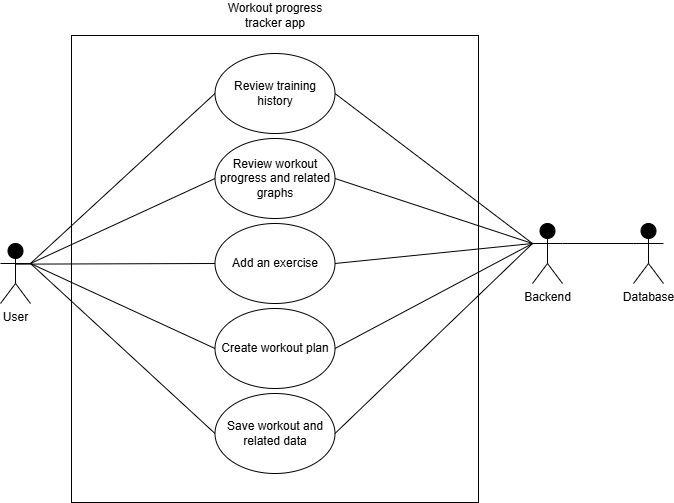
Earlier version of the draw.io export diagrams_documents/workout_usecase.png (Zabuelis/LiftingPal). Source tidied: cells renumbered, new cells last; positions are measured from the earlier drawing's top-left corner, leaving out a move shared by most shapes.
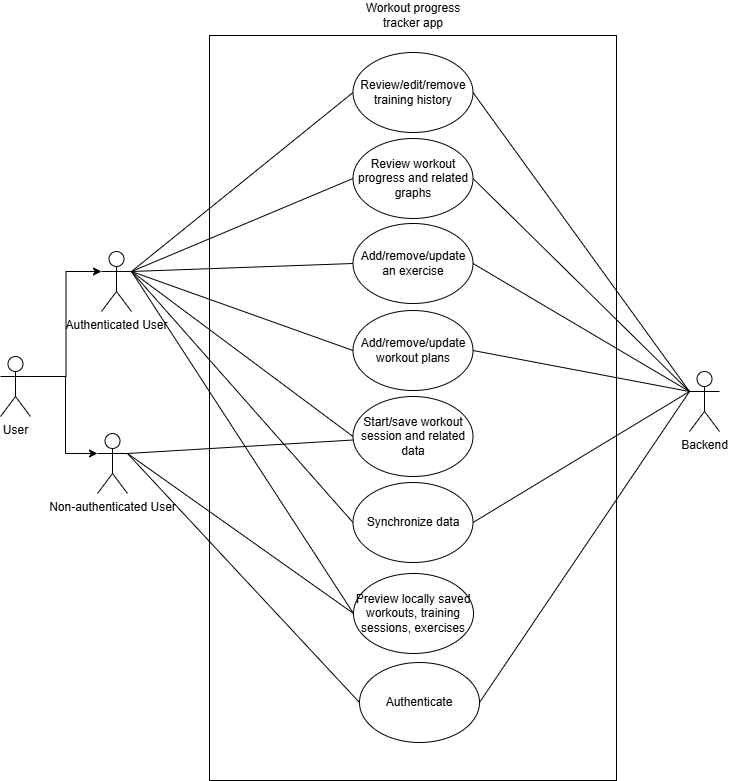
The same file after the commit.

The edit, as a diff of the source:
```diff
@@ -2,54 +2,33 @@
   <root>
     <mxCell id="0" />
     <mxCell id="1" parent="0" />
-    <mxCell id="2" style="rounded=0;jettySize=auto;html=1;exitX=1;exitY=0.3333333333333333;exitDx=0;exitDy=0;exitPerimeter=0;entryX=0;entryY=0.3333333333333333;entryDx=0;entryDy=0;entryPerimeter=0;endArrow=none;endFill=0;" parent="1" edge="1" source="3" target="4">
-      <mxGeometry relative="1" as="geometry" />
-    </mxCell>
-    <mxCell id="3" value="Backend" style="shape=umlActor;verticalLabelPosition=bottom;verticalAlign=top;html=1;fillColor=light-dark(#000000,#000000);strokeColor=light-dark(#000000,#000000);fontColor=light-dark(#000000,#000000);" parent="1" vertex="1">
-      <mxGeometry x="532" y="223" width="30" height="60" as="geometry" />
+    <mxCell id="3" value="Backend" style="shape=umlActor;verticalLabelPosition=bottom;verticalAlign=top;html=1;fillColor=light-dark(#FFFFFF,#FFFFFF);strokeColor=light-dark(#000000,#000000);fontColor=light-dark(#000000,#000000);" parent="1" vertex="1">
+      <mxGeometry x="631" y="382" width="30" height="60" as="geometry" />
     </mxCell>
-    <mxCell id="4" value="Database" style="shape=umlActor;verticalLabelPosition=bottom;verticalAlign=top;html=1;fillColor=light-dark(#000000,#000000);strokeColor=light-dark(#000000,#000000);fontColor=light-dark(#000000,#000000);" parent="1" vertex="1">
-      <mxGeometry x="633" y="223" width="30" height="60" as="geometry" />
-    </mxCell>
     <mxCell id="5" style="rounded=0;whiteSpace=wrap;html=1;fillColor=light-dark(#FFFFFF,#FFFFFF);strokeColor=light-dark(#000000,#000000);" parent="1" vertex="1">
-      <mxGeometry x="71" y="35" width="407" height="467" as="geometry" />
+      <mxGeometry x="151" y="46" width="407" height="745" as="geometry" />
     </mxCell>
     <mxCell id="6" value="Workout progress tracker app" style="text;html=1;whiteSpace=wrap;strokeColor=none;fillColor=none;align=center;verticalAlign=middle;rounded=0;fontColor=light-dark(#000000,#000000);" parent="1" vertex="1">
-      <mxGeometry x="211.5" width="126" height="30" as="geometry" />
+      <mxGeometry x="291.5" y="11" width="126" height="30" as="geometry" />
     </mxCell>
-    <mxCell id="7" value="Review training history" style="ellipse;whiteSpace=wrap;html=1;" parent="1" vertex="1">
-      <mxGeometry x="214.5" y="53" width="120" height="80" as="geometry" />
+    <mxCell id="7" value="Review/edit/remove training history" style="ellipse;whiteSpace=wrap;html=1;" parent="1" vertex="1">
+      <mxGeometry x="294.5" y="63" width="120" height="80" as="geometry" />
     </mxCell>
     <mxCell id="8" value="Review workout progress and related graphs" style="ellipse;whiteSpace=wrap;html=1;" parent="1" vertex="1">
-      <mxGeometry x="214.5" y="138" width="120" height="80" as="geometry" />
+      <mxGeometry x="294.5" y="149" width="120" height="80" as="geometry" />
     </mxCell>
-    <mxCell id="9" value="Add an exercise" style="ellipse;whiteSpace=wrap;html=1;" parent="1" vertex="1">
-      <mxGeometry x="214.5" y="223" width="120" height="80" as="geometry" />
+    <mxCell id="9" value="Add/remove/update an exercise" style="ellipse;whiteSpace=wrap;html=1;" parent="1" vertex="1">
+      <mxGeometry x="294.5" y="234" width="120" height="80" as="geometry" />
     </mxCell>
-    <mxCell id="10" value="Create workout plan" style="ellipse;whiteSpace=wrap;html=1;" parent="1" vertex="1">
-      <mxGeometry x="214.5" y="308" width="120" height="80" as="geometry" />
+    <mxCell id="10" value="Add/remove/update workout plans" style="ellipse;whiteSpace=wrap;html=1;" parent="1" vertex="1">
+      <mxGeometry x="294.5" y="321" width="120" height="80" as="geometry" />
     </mxCell>
-    <mxCell id="11" style="rounded=0;jettySize=auto;html=1;exitX=0;exitY=0.5;exitDx=0;exitDy=0;entryX=1;entryY=0.3333333333333333;entryDx=0;entryDy=0;entryPerimeter=0;endArrow=none;endFill=0;" parent="1" edge="1" source="12" target="13">
-      <mxGeometry relative="1" as="geometry" />
-    </mxCell>
-    <mxCell id="12" value="Save workout and related data" style="ellipse;whiteSpace=wrap;html=1;" parent="1" vertex="1">
-      <mxGeometry x="214.5" y="393" width="120" height="80" as="geometry" />
+    <mxCell id="12" value="Start/save workout session and related data" style="ellipse;whiteSpace=wrap;html=1;" parent="1" vertex="1">
+      <mxGeometry x="294.5" y="407" width="120" height="80" as="geometry" />
     </mxCell>
-    <mxCell id="13" value="User" style="shape=umlActor;verticalLabelPosition=bottom;verticalAlign=top;html=1;fillColor=light-dark(#000000,#000000);strokeColor=light-dark(#000000,#000000);fontColor=light-dark(#000000,#000000);" parent="1" vertex="1">
-      <mxGeometry y="243" width="30" height="60" as="geometry" />
+    <mxCell id="13" value="User" style="shape=umlActor;verticalLabelPosition=bottom;verticalAlign=top;html=1;fillColor=light-dark(#FFFFFF,#FFFFFF);strokeColor=light-dark(#000000,#000000);fontColor=light-dark(#000000,#000000);" parent="1" vertex="1">
+      <mxGeometry x="-58" y="367" width="30" height="60" as="geometry" />
     </mxCell>
-    <mxCell id="14" style="rounded=0;jettySize=auto;html=1;exitX=0;exitY=0.5;exitDx=0;exitDy=0;entryX=1;entryY=0.3333333333333333;entryDx=0;entryDy=0;entryPerimeter=0;endArrow=none;endFill=0;" parent="1" edge="1" source="7" target="13">
-      <mxGeometry relative="1" as="geometry" />
-    </mxCell>
-    <mxCell id="15" style="rounded=0;jettySize=auto;html=1;exitX=0;exitY=0.5;exitDx=0;exitDy=0;entryX=1;entryY=0.3333333333333333;entryDx=0;entryDy=0;entryPerimeter=0;endArrow=none;endFill=0;" parent="1" edge="1" source="8" target="13">
-      <mxGeometry relative="1" as="geometry" />
-    </mxCell>
-    <mxCell id="16" style="rounded=0;jettySize=auto;html=1;exitX=0;exitY=0.5;exitDx=0;exitDy=0;entryX=0.488;entryY=0.344;entryDx=0;entryDy=0;entryPerimeter=0;endArrow=none;endFill=0;" parent="1" edge="1" source="9" target="13">
-      <mxGeometry relative="1" as="geometry" />
-    </mxCell>
-    <mxCell id="17" style="rounded=0;jettySize=auto;html=1;exitX=0;exitY=0.5;exitDx=0;exitDy=0;entryX=1;entryY=0.3333333333333333;entryDx=0;entryDy=0;entryPerimeter=0;endArrow=none;endFill=0;" parent="1" edge="1" source="10" target="13">
-      <mxGeometry relative="1" as="geometry" />
-    </mxCell>
     <mxCell id="18" style="rounded=0;jettySize=auto;html=1;exitX=1;exitY=0.5;exitDx=0;exitDy=0;entryX=0;entryY=0.3333333333333333;entryDx=0;entryDy=0;entryPerimeter=0;endArrow=none;endFill=0;" parent="1" edge="1" source="7" target="3">
       <mxGeometry relative="1" as="geometry" />
     </mxCell>
@@ -62,8 +41,67 @@
     <mxCell id="21" style="rounded=0;jettySize=auto;html=1;exitX=1;exitY=0.5;exitDx=0;exitDy=0;entryX=0;entryY=0.3333333333333333;entryDx=0;entryDy=0;entryPerimeter=0;endArrow=none;endFill=0;" parent="1" edge="1" source="10" target="3">
       <mxGeometry relative="1" as="geometry" />
     </mxCell>
-    <mxCell id="22" style="rounded=0;jettySize=auto;html=1;exitX=1;exitY=0.5;exitDx=0;exitDy=0;entryX=0;entryY=0.3333333333333333;entryDx=0;entryDy=0;entryPerimeter=0;endArrow=none;endFill=0;" parent="1" edge="1" source="12" target="3">
+    <mxCell id="22" style="rounded=0;jettySize=auto;html=1;exitX=1;exitY=0.5;exitDx=0;exitDy=0;entryX=0;entryY=0.3333333333333333;entryDx=0;entryDy=0;entryPerimeter=0;endArrow=none;endFill=0;" parent="1" edge="1" source="37" target="3">
       <mxGeometry relative="1" as="geometry" />
     </mxCell>
+    <mxCell id="23" style="rounded=0;jettySize=auto;html=1;exitX=1;exitY=0.3333333333333333;exitDx=0;exitDy=0;exitPerimeter=0;entryX=0;entryY=0.5;entryDx=0;entryDy=0;endArrow=none;endFill=0;" parent="1" edge="1" source="30" target="7">
+      <mxGeometry relative="1" as="geometry" />
+    </mxCell>
+    <mxCell id="24" style="rounded=0;jettySize=auto;html=1;exitX=1;exitY=0.3333333333333333;exitDx=0;exitDy=0;exitPerimeter=0;entryX=0;entryY=0.5;entryDx=0;entryDy=0;endArrow=none;endFill=0;" parent="1" edge="1" source="30" target="8">
+      <mxGeometry relative="1" as="geometry" />
+    </mxCell>
+    <mxCell id="25" style="rounded=0;jettySize=auto;html=1;exitX=1;exitY=0.3333333333333333;exitDx=0;exitDy=0;exitPerimeter=0;entryX=0;entryY=0.5;entryDx=0;entryDy=0;endArrow=none;endFill=0;" parent="1" edge="1" source="30" target="9">
+      <mxGeometry relative="1" as="geometry" />
+    </mxCell>
+    <mxCell id="26" style="rounded=0;jettySize=auto;html=1;exitX=1;exitY=0.3333333333333333;exitDx=0;exitDy=0;exitPerimeter=0;entryX=0;entryY=0.5;entryDx=0;entryDy=0;endArrow=none;endFill=0;" parent="1" edge="1" source="30" target="10">
+      <mxGeometry relative="1" as="geometry" />
+    </mxCell>
+    <mxCell id="27" style="rounded=0;jettySize=auto;html=1;exitX=1;exitY=0.3333333333333333;exitDx=0;exitDy=0;exitPerimeter=0;entryX=0;entryY=0.5;entryDx=0;entryDy=0;endArrow=none;endFill=0;" parent="1" edge="1" source="30" target="12">
+      <mxGeometry relative="1" as="geometry" />
+    </mxCell>
+    <mxCell id="28" style="rounded=0;jettySize=auto;html=1;exitX=1;exitY=0.3333333333333333;exitDx=0;exitDy=0;exitPerimeter=0;entryX=0;entryY=0.5;entryDx=0;entryDy=0;endArrow=none;endFill=0;" parent="1" edge="1" source="30" target="38">
+      <mxGeometry relative="1" as="geometry" />
+    </mxCell>
+    <mxCell id="29" style="rounded=0;jettySize=auto;html=1;exitX=1;exitY=0.3333333333333333;exitDx=0;exitDy=0;exitPerimeter=0;entryX=0;entryY=0.5;entryDx=0;entryDy=0;endArrow=none;endFill=0;" parent="1" edge="1" source="30" target="37">
+      <mxGeometry relative="1" as="geometry" />
+    </mxCell>
+    <mxCell id="30" value="Authenticated User" style="shape=umlActor;verticalLabelPosition=bottom;verticalAlign=top;html=1;outlineConnect=0;" parent="1" vertex="1">
+      <mxGeometry x="43" y="262" width="30" height="60" as="geometry" />
+    </mxCell>
+    <mxCell id="31" style="rounded=0;jettySize=auto;html=1;exitX=1;exitY=0.3333333333333333;exitDx=0;exitDy=0;exitPerimeter=0;endArrow=none;endFill=0;" parent="1" edge="1" source="34" target="12">
+      <mxGeometry relative="1" as="geometry" />
+    </mxCell>
+    <mxCell id="32" style="rounded=0;jettySize=auto;html=1;exitX=1;exitY=0.3333333333333333;exitDx=0;exitDy=0;exitPerimeter=0;entryX=0;entryY=0.5;entryDx=0;entryDy=0;endArrow=none;endFill=0;" parent="1" edge="1" source="34" target="39">
+      <mxGeometry relative="1" as="geometry" />
+    </mxCell>
+    <mxCell id="33" style="rounded=0;jettySize=auto;html=1;exitX=1;exitY=0.3333333333333333;exitDx=0;exitDy=0;exitPerimeter=0;entryX=0;entryY=0.5;entryDx=0;entryDy=0;endArrow=none;endFill=0;" parent="1" edge="1" source="34" target="38">
+      <mxGeometry relative="1" as="geometry" />
+    </mxCell>
+    <mxCell id="34" value="Non-authenticated User" style="shape=umlActor;verticalLabelPosition=bottom;verticalAlign=top;html=1;outlineConnect=0;" parent="1" vertex="1">
+      <mxGeometry x="39" y="444" width="30" height="60" as="geometry" />
+    </mxCell>
+    <mxCell id="35" style="edgeStyle=orthogonalEdgeStyle;rounded=0;jettySize=auto;html=1;exitX=1;exitY=0.3333333333333333;exitDx=0;exitDy=0;exitPerimeter=0;entryX=0;entryY=0.3333333333333333;entryDx=0;entryDy=0;entryPerimeter=0;" parent="1" edge="1" source="13" target="30">
+      <mxGeometry relative="1" as="geometry" />
+    </mxCell>
+    <mxCell id="36" style="edgeStyle=orthogonalEdgeStyle;rounded=0;jettySize=auto;html=1;exitX=1;exitY=0.3333333333333333;exitDx=0;exitDy=0;exitPerimeter=0;entryX=0;entryY=0.3333333333333333;entryDx=0;entryDy=0;entryPerimeter=0;" parent="1" edge="1" source="13" target="34">
+      <mxGeometry relative="1" as="geometry">
+        <Array as="points">
+          <mxPoint x="7" y="387" />
+          <mxPoint x="7" y="464" />
+        </Array>
+      </mxGeometry>
+    </mxCell>
+    <mxCell id="37" value="Synchronize data" style="ellipse;whiteSpace=wrap;html=1;" parent="1" vertex="1">
+      <mxGeometry x="294.5" y="493" width="120" height="80" as="geometry" />
+    </mxCell>
+    <mxCell id="38" value="Preview locally saved workouts, training sessions, exercises" style="ellipse;whiteSpace=wrap;html=1;" parent="1" vertex="1">
+      <mxGeometry x="295" y="584" width="120" height="80" as="geometry" />
+    </mxCell>
+    <mxCell id="39" value="Authenticate" style="ellipse;whiteSpace=wrap;html=1;" parent="1" vertex="1">
+      <mxGeometry x="301" y="673" width="120" height="80" as="geometry" />
+    </mxCell>
+    <mxCell id="40" style="rounded=0;jettySize=auto;html=1;exitX=1;exitY=0.5;exitDx=0;exitDy=0;entryX=0;entryY=0.3333333333333333;entryDx=0;entryDy=0;entryPerimeter=0;endArrow=none;endFill=0;" parent="1" edge="1" source="39" target="3">
+      <mxGeometry relative="1" as="geometry" />
+    </mxCell>
   </root>
 </mxGraphModel>
```
